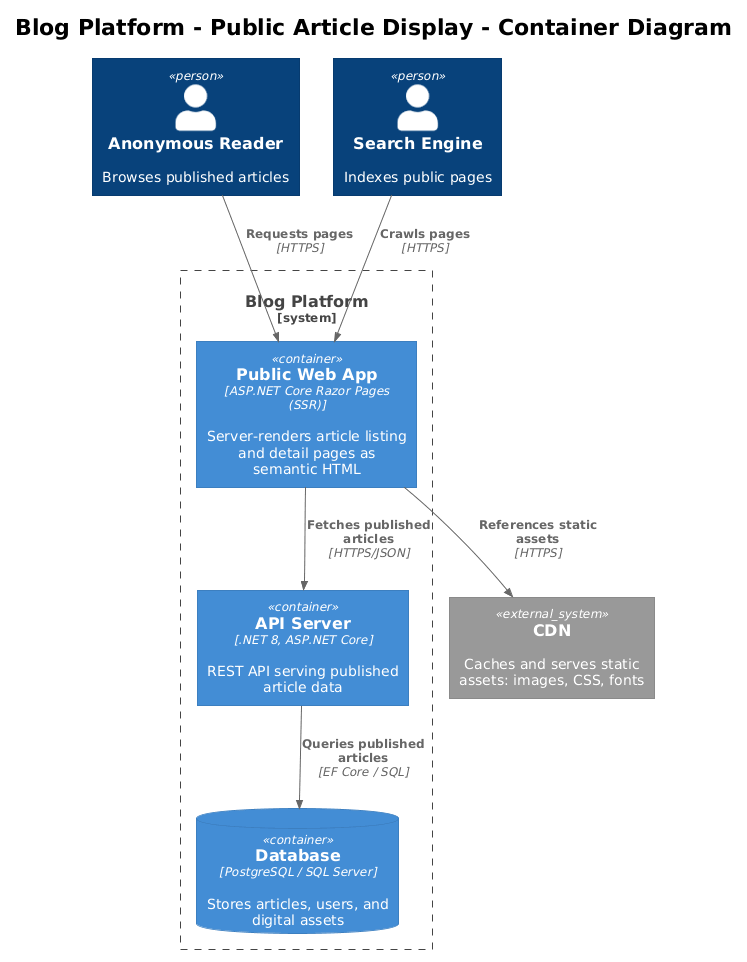
Earlier version of the PlantUML export docs/detailed-designs/03-public-article-display/diagrams/c4_container.png (QuinntyneBrown/Blog). The source it was exported from:
```plantuml
@startuml
!theme plain
!include <C4/C4_Container>

title Blog Platform - Public Article Display - Container Diagram

Person(reader, "Anonymous Reader", "Browses published articles")
Person(crawler, "Search Engine", "Indexes public pages")

System_Boundary(blog, "Blog Platform") {
    Container(ssr, "Public Web App", "ASP.NET Core Razor Pages (SSR)", "Server-renders article listing and detail pages as semantic HTML")
    Container(api, "API Server", ".NET 8, ASP.NET Core", "REST API serving published article data")
    ContainerDb(db, "Database", "PostgreSQL / SQL Server", "Stores articles, users, and digital assets")
}

System_Ext(cdn, "CDN", "Caches and serves static assets: images, CSS, fonts")

Rel(reader, ssr, "Requests pages", "HTTPS")
Rel(crawler, ssr, "Crawls pages", "HTTPS")
Rel(ssr, api, "Fetches published articles", "HTTPS/JSON")
Rel(api, db, "Queries published articles", "EF Core / SQL")
Rel(ssr, cdn, "References static assets", "HTTPS")
@enduml
```
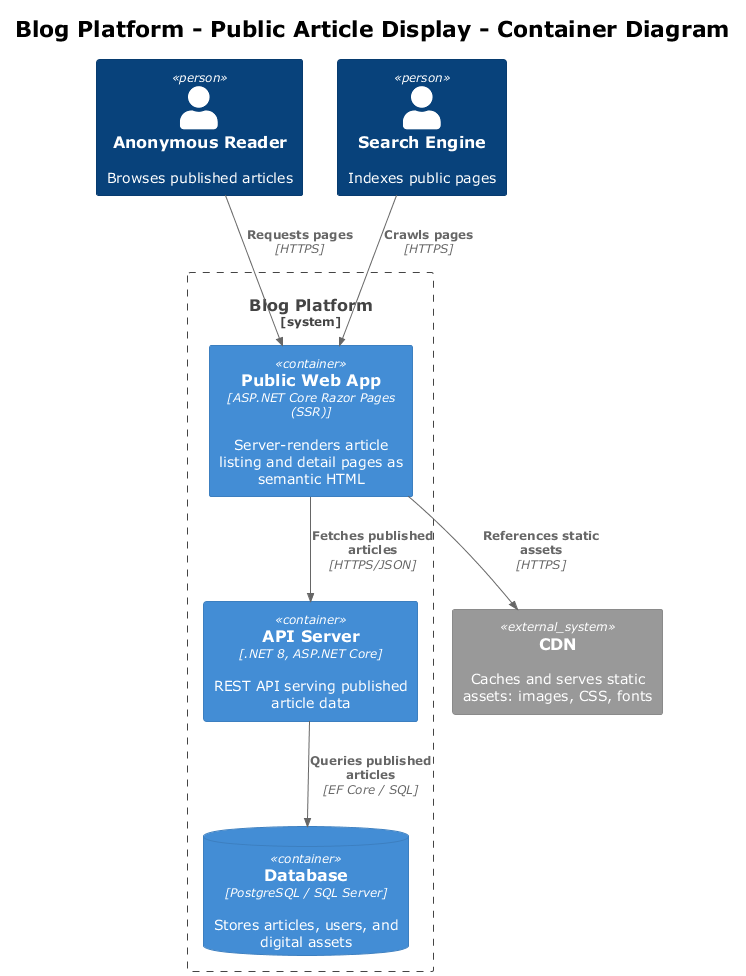
Later version of the same file.

Diff of the diagram source:
```diff
@@ -1,4 +1,4 @@
-@startuml
+@startuml c4_container
 !theme plain
 !include <C4/C4_Container>
 
@@ -20,4 +20,5 @@
 Rel(ssr, api, "Fetches published articles", "HTTPS/JSON")
 Rel(api, db, "Queries published articles", "EF Core / SQL")
 Rel(ssr, cdn, "References static assets", "HTTPS")
+
 @enduml
```
